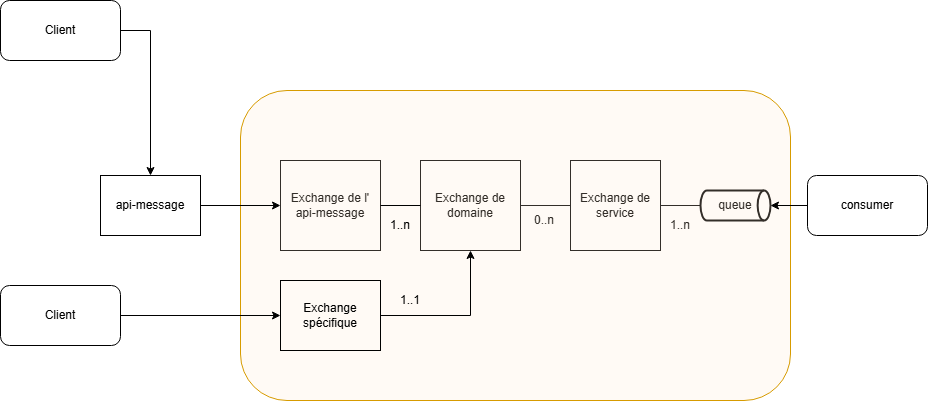
sarraz1/csau keeps this draw.io diagram as drawio/diagramme AR2.drawio.png. Above is the earlier version. Source tidied: cells renumbered, new cells last; positions are measured from the earlier drawing's top-left corner, leaving out a move shared by most shapes.
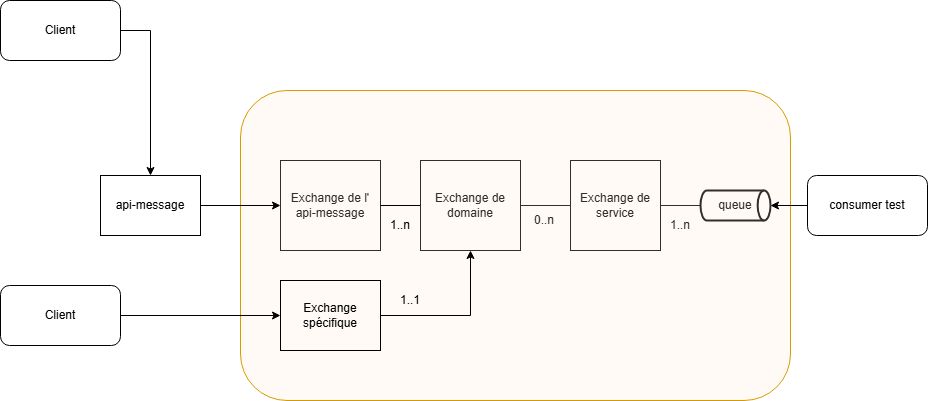
Above is the later version.

Commit message:
Mettre à jour diagramme AR2.drawio.png

What changed in the source:
```diff
@@ -65,7 +65,7 @@
     <mxCell id="22" value="1..1" style="text;html=1;align=center;verticalAlign=middle;whiteSpace=wrap;rounded=0;" parent="1" vertex="1">
       <mxGeometry x="380" y="285" width="60" height="30" as="geometry" />
     </mxCell>
-    <mxCell id="23" value="consumer" style="rounded=1;whiteSpace=wrap;html=1;" parent="1" vertex="1">
+    <mxCell id="23" value="consumer test" style="rounded=1;whiteSpace=wrap;html=1;" parent="1" vertex="1">
       <mxGeometry x="807" y="175" width="120" height="60" as="geometry" />
     </mxCell>
     <mxCell id="24" style="edgeStyle=orthogonalEdgeStyle;rounded=0;jettySize=auto;html=1;entryX=1;entryY=0.5;entryDx=0;entryDy=0;entryPerimeter=0;" parent="1" edge="1" source="23" target="7">
```
